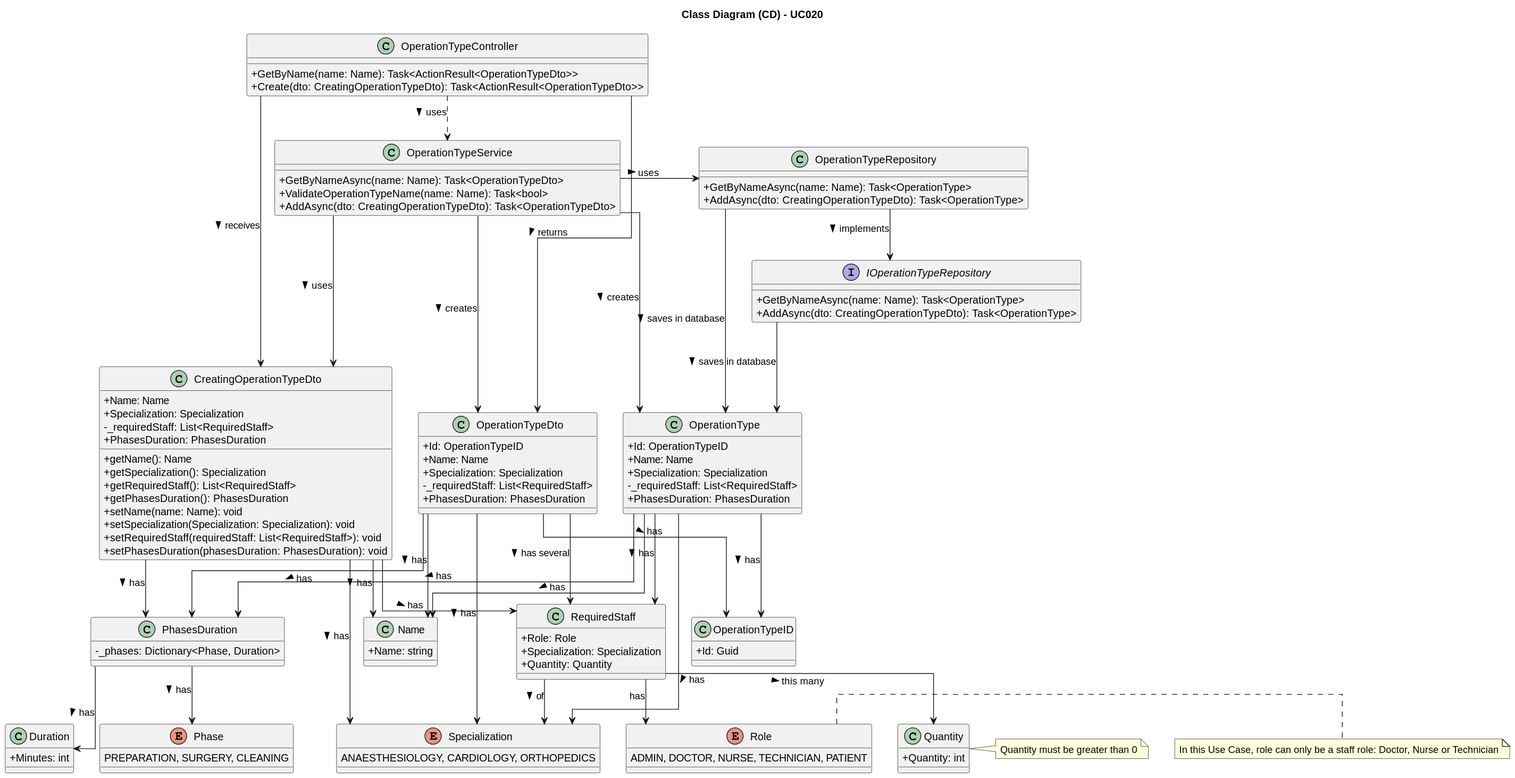
Earlier version of the PlantUML export docs/SprintA/UseCases/UC020/03.design/svg/uc020-class-diagram.svg (1221124/sem5pi-24-25-g031).
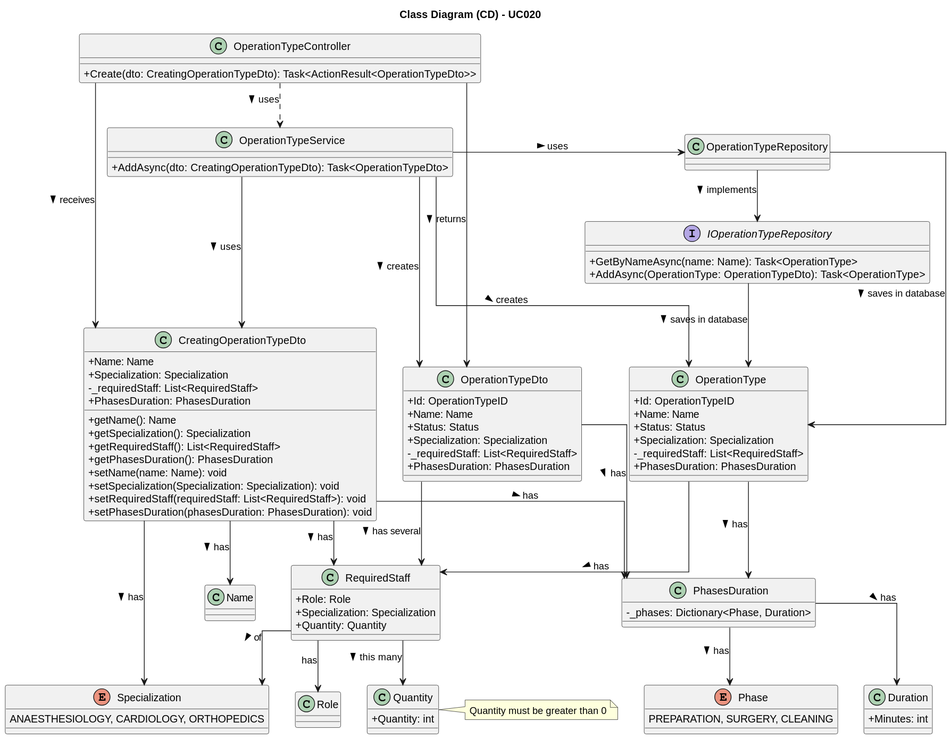
Above is the later version.

Diff of the diagram source:
```diff
@@ -10,24 +10,16 @@
 title Class Diagram (CD) - UC020
 
 class OperationTypeController {
-    +GetByName(name: Name): Task<ActionResult<OperationTypeDto>>
     +Create(dto: CreatingOperationTypeDto): Task<ActionResult<OperationTypeDto>>
 }
 
 class OperationTypeService {
-    +GetByNameAsync(name: Name): Task<OperationTypeDto>
-    +ValidateOperationTypeName(name: Name): Task<bool>
     +AddAsync(dto: CreatingOperationTypeDto): Task<OperationTypeDto>
-}
-
-class OperationTypeRepository {
-    +GetByNameAsync(name: Name): Task<OperationType>
-    +AddAsync(dto: CreatingOperationTypeDto): Task<OperationType>
 }
 
 interface IOperationTypeRepository {
     +GetByNameAsync(name: Name): Task<OperationType>
-    +AddAsync(dto: CreatingOperationTypeDto): Task<OperationType>
+    +AddAsync(OperationType: OperationTypeDto): Task<OperationType>
 }
 
 class CreatingOperationTypeDto {
@@ -48,6 +40,7 @@
 class OperationType {
     +Id: OperationTypeID
     +Name: Name
+    +Status: Status
     +Specialization: Specialization
     - _requiredStaff: List<RequiredStaff>
     +PhasesDuration: PhasesDuration
@@ -56,6 +49,7 @@
 class OperationTypeDto {
     +Id: OperationTypeID
     +Name: Name
+    +Status: Status
     +Specialization: Specialization
     - _requiredStaff: List<RequiredStaff>
     +PhasesDuration: PhasesDuration
@@ -90,20 +84,9 @@
     +Minutes: int
 }
 
-class Name {
-    +Name: string
-}
 
-class OperationTypeID {
-    +Id: Guid
-}
 
-enum Role {
-    ADMIN, DOCTOR, NURSE, TECHNICIAN, PATIENT
-}
-note right of Role
-    In this Use Case, role can only be a staff role: Doctor, Nurse or Technician
-end note
+
 
 OperationTypeController .> OperationTypeService : > uses
 OperationTypeController ----> CreatingOperationTypeDto : > receives
@@ -124,15 +107,9 @@
 CreatingOperationTypeDto --> RequiredStaff : > has
 CreatingOperationTypeDto --> PhasesDuration : > has
 
-OperationType --> OperationTypeID : > has
-OperationType --> Name : > has
-OperationType --> Specialization : > has
 OperationType --> RequiredStaff : > has
 OperationType --> PhasesDuration : > has
 
-OperationTypeDto --> OperationTypeID : > has
-OperationTypeDto --> Name : > has
-OperationTypeDto --> Specialization : > has
 OperationTypeDto --> RequiredStaff : > has several
 OperationTypeDto --> PhasesDuration : > has
 
```
